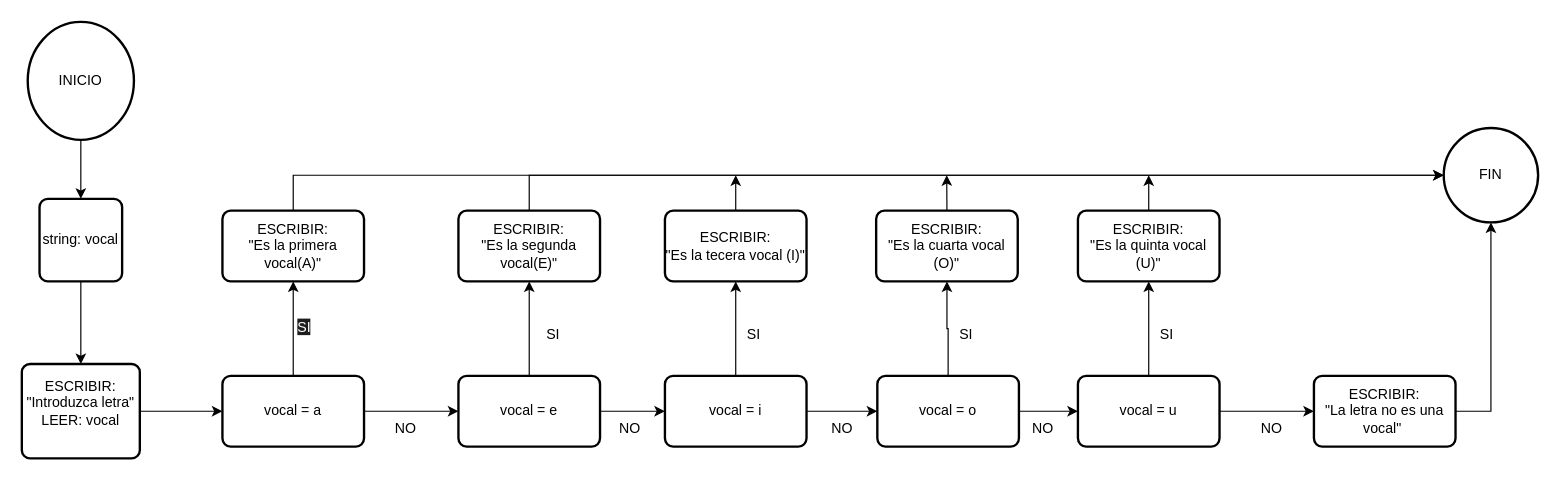
Above: Programacion/Tema1/Diagrama de flujos Tema1/diagrama6.drawio in PavDev3/CFGS-DAW (draw.io), before the change. Source tidied: cells renumbered, new cells numbered last; positions are measured from the earlier drawing's top-left corner, leaving out a move shared by most shapes. Both pictures are drawn from the tidied source at 118%, with x=0, y=0 at pixel (21, 21).
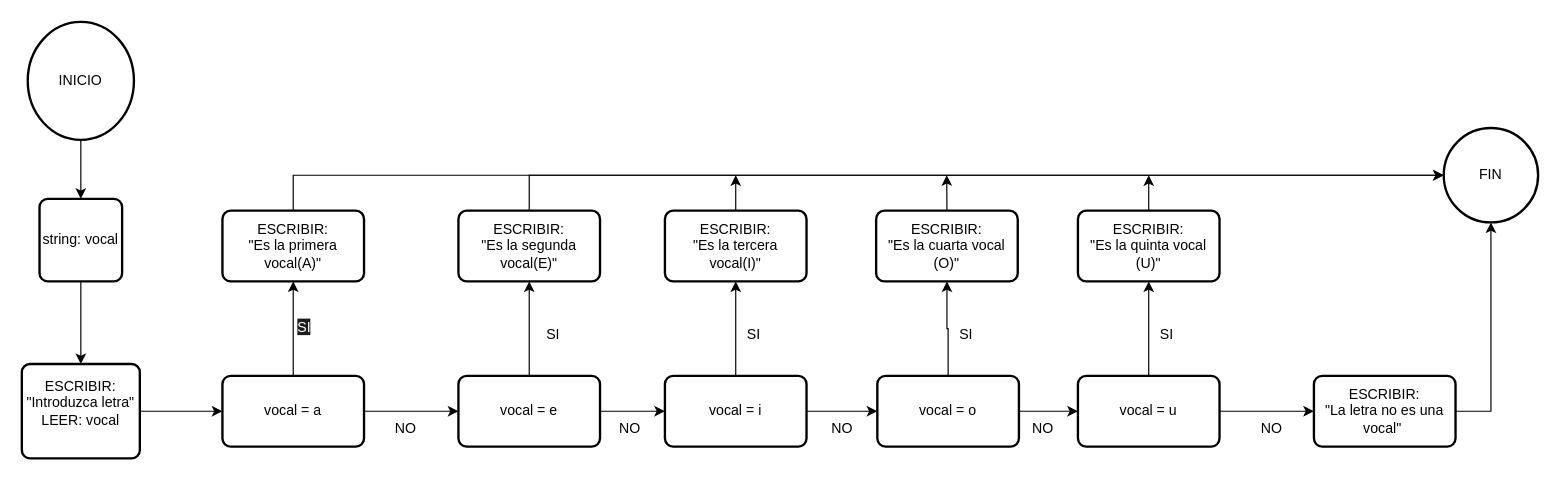
After the change.

What changed in the source:
```diff
@@
-    <mxCell id="22" value="ESCRIBIR:&lt;div&gt;&quot;&lt;span style=&quot;background-color: transparent; color: light-dark(rgb(0, 0, 0), rgb(255, 255, 255));&quot;&gt;Es la tecera vocal (I)&quot;&lt;/span&gt;&lt;/div&gt;" style="whiteSpace=wrap;html=1;rounded=1;absoluteArcSize=1;arcSize=14;strokeWidth=2;" parent="1" vertex="1">
+    <mxCell id="22" value="ESCRIBIR:&lt;br&gt;&quot;Es la tercera vocal(I)&quot;&lt;br&gt;&lt;div&gt;&lt;/div&gt;" style="whiteSpace=wrap;html=1;rounded=1;absoluteArcSize=1;arcSize=14;strokeWidth=2;" parent="1" vertex="1">
       <mxGeometry x="545" y="160" width="120" height="60" as="geometry" />
     </mxCell>
```
